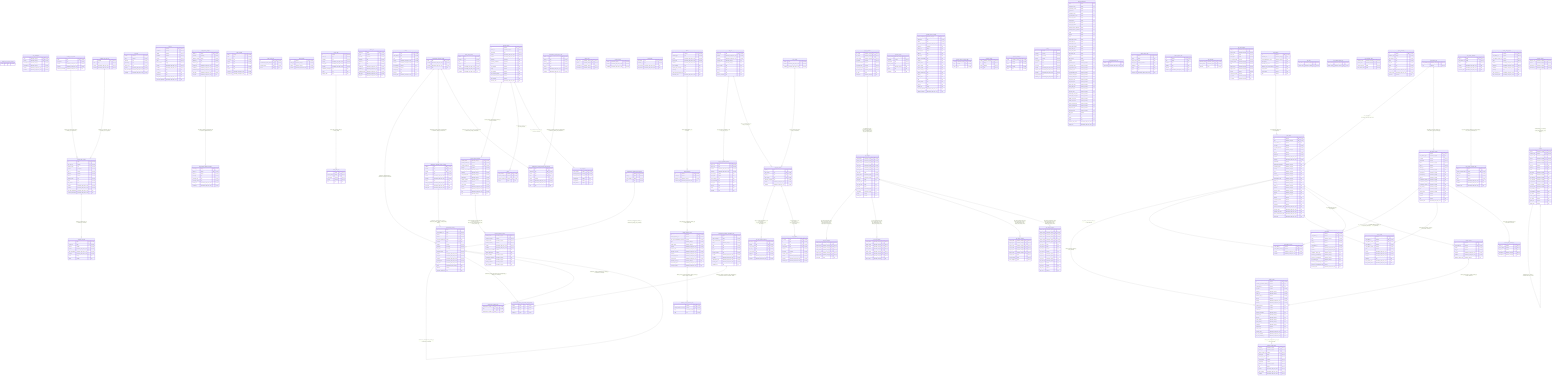
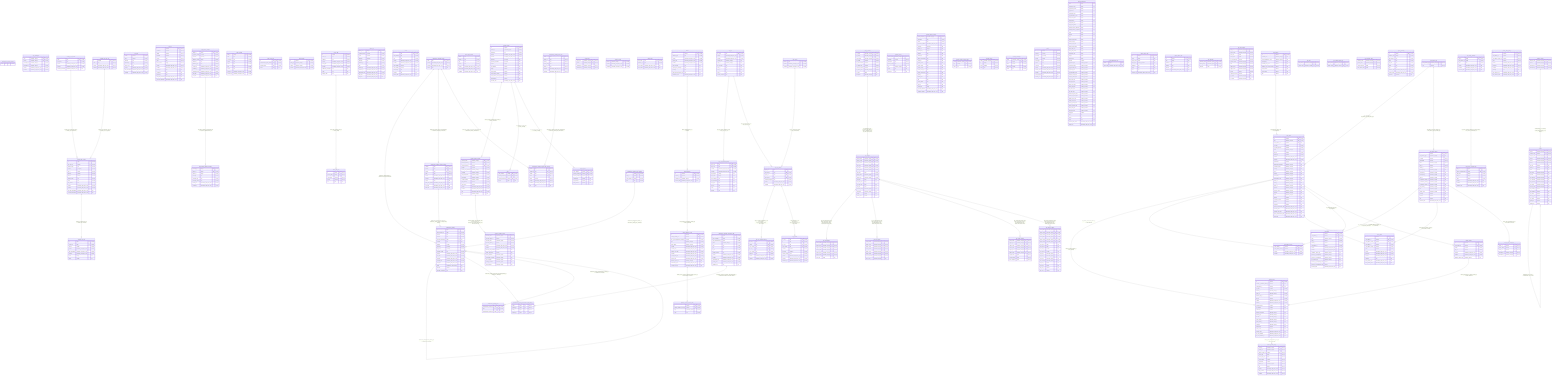
erDiagram

    allowed_tms_sensor_constant {
        name text PK "not null"
    }

    camera_preset {
        id numeric PK "not null"
        nearest_rd_weather_station_id numeric FK "null"
        road_station_id numeric FK "null"
        is_public boolean "not null"
        camera_id character_varying "not null"
        preset_id character_varying "not null"
        camera_lotju_id numeric "not null"
        lotju_id numeric "not null"
        created timestamp_with_time_zone "not null"
        modified timestamp_with_time_zone "not null"
        default_direction boolean "null"
        in_collection boolean "null"
        publishable boolean "null"
        camera_description character_varying "null"
        camera_type character_varying "null"
        direction character_varying "null"
        preset_name_1 character_varying "null"
        preset_name_2 character_varying "null"
        resolution character_varying "null"
        compression numeric "null"
        preset_order numeric "null"
        obsolete_date timestamp_with_time_zone "null"
        pic_last_modified timestamp_with_time_zone "null"
        pic_last_modified_db timestamp_with_time_zone "null"
    }

    camera_preset_history {
        preset_id character_varying PK "not null"
        version_id character_varying PK "not null"
        camera_preset_id numeric FK "not null"
        preset_seq bigint "not null"
        preset_seq_prev bigint "not null"
        preset_public boolean "not null"
        publishable boolean "not null"
        camera_id character_varying "not null"
        size integer "not null"
        created timestamp_with_time_zone "not null"
        last_modified timestamp_with_time_zone "not null"
        modified timestamp_with_time_zone "not null"
    }

    code_description {
        code character_varying PK "not null"
        domain character_varying PK "not null"
        description_en character_varying "not null"
        description_fi character_varying "not null"
        created timestamp_with_time_zone "not null"
        modified timestamp_with_time_zone "not null"
    }

    counting_site_counter {
        id bigint PK "not null"
        user_type_id smallint FK "not null"
        domain_name text FK "not null"
        location geography "not null"
        site_id integer "not null"
        direction smallint "not null"
        interval smallint "not null"
        domain_name text "not null"
        name text "not null"
        site_domain text "not null"
        created timestamp_with_time_zone "not null"
        modified timestamp_with_time_zone "not null"
        last_data_timestamp timestamp_with_time_zone "null"
        removed_timestamp timestamp_with_time_zone "null"
    }

    counting_site_data {
        id bigint PK "not null"
        counter_id bigint FK "not null"
        interval smallint "not null"
        created timestamp_with_time_zone "not null"
        data_timestamp timestamp_with_time_zone "not null"
        modified timestamp_with_time_zone "not null"
        count integer "null"
        status smallint "null"
    }

    counting_site_domain {
        name text PK "not null"
        description text "not null"
        created timestamp_with_time_zone "not null"
        modified timestamp_with_time_zone "not null"
        removed_timestamp timestamp_with_time_zone "null"
    }

    counting_site_user_type {
        id smallint PK "not null"
        name text "not null"
        created timestamp_with_time_zone "not null"
        modified timestamp_with_time_zone "not null"
    }

    cs2_data {
        counts numeric "not null"
        site_id numeric "not null"
        direction text "not null"
        granularity text "not null"
        travel_mode text "not null"
        created timestamp_with_time_zone "not null"
        data_timestamp timestamp_with_time_zone "not null"
        modified timestamp_with_time_zone "not null"
    }

    cs2_site {
        id numeric PK "not null"
        directional boolean "not null"
        latitude numeric "not null"
        longitude numeric "not null"
        domain text "not null"
        name text "not null"
        travel_modes text[] "not null"
        created timestamp_with_time_zone "not null"
        modified timestamp_with_time_zone "not null"
        custom_id text "null"
        description text "null"
        granularity text "null"
        last_data_timestamp timestamp_with_time_zone "null"
        removed_timestamp timestamp_with_time_zone "null"
    }

    data_datex2_situation {
        datex2_id integer PK "not null"
+         is_latest_version boolean "not null"
        geometry geometry "not null"
        situation_version integer "not null"
        situation_id text "not null"
        situation_type text "not null"
        created_at timestamp_with_time_zone "not null"
        modified_at timestamp_with_time_zone "not null"
        publication_time timestamp_with_time_zone "not null"
        start_time timestamp_with_time_zone "not null"
        end_time timestamp_with_time_zone "null"
    }

    data_datex2_situation_message {
        message_id integer PK "not null"
        datex2_id integer FK "not null"
        datex2_id integer "not null"
        message text "not null"
        message_type text "not null"
        message_version text "not null"
        created_at timestamp_with_time_zone "not null"
        modified_at timestamp_with_time_zone "not null"
    }

    data_incoming {
        data_id integer PK "not null"
        data text "not null"
        message_id text "not null"
        source text "not null"
        status text "not null"
        type text "not null"
        version text "not null"
        created_at timestamp_with_time_zone "not null"
        modified_at timestamp_with_time_zone "not null"
    }

    data_source_info {
        id text PK "not null"
        recommended_fetch_interval text "not null"
        update_interval text "not null"
        source text "null"
    }

    data_updated {
        id numeric PK "not null"
        data_type character_varying "not null"
        subtype character_varying "not null"
        updated timestamp_with_time_zone "not null"
    }

    datex2 {
        id numeric PK "not null"
        situation_type text "not null"
        created timestamp_with_time_zone "not null"
        import_date timestamp_with_time_zone "not null"
        modified timestamp_with_time_zone "not null"
        json_message json "null"
        original_json_message json "null"
        message text "null"
        traffic_announcement_type text "null"
        publication_time timestamp_with_time_zone "null"
    }

    datex2_rtti {
        datex2_id integer PK "not null"
+         is_latest_version boolean "not null"
        is_srti boolean "not null"
        geometry geometry "not null"
        message text "not null"
        situation_id text "not null"
        type text "not null"
        created_at timestamp_with_time_zone "not null"
        modified_at timestamp_with_time_zone "not null"
        publication_time timestamp_with_time_zone "not null"
        start_time timestamp_with_time_zone "not null"
        end_time timestamp_with_time_zone "null"
    }

    datex2_situation {
        id numeric PK "not null"
        datex2_id numeric FK "not null"
        situation_id character_varying "not null"
        version_time timestamp_with_time_zone "null"
    }

    datex2_situation_record {
        id numeric PK "not null"
        datex2_situation_id numeric FK "not null"
        life_cycle_management_canceled boolean "not null"
        type character_varying "not null"
        validy_status character_varying "not null"
        created timestamp_with_time_zone "not null"
        creation_time timestamp_with_time_zone "not null"
        effective_end_time timestamp_with_time_zone "not null"
        modified timestamp_with_time_zone "not null"
        overall_start_time timestamp_with_time_zone "not null"
        version_time timestamp_with_time_zone "not null"
        situation_record_id character_varying "null"
        observation_time timestamp_with_time_zone "null"
        overall_end_time timestamp_with_time_zone "null"
    }

    device {
        id text PK "not null"
        road_address text "not null"
        type text "not null"
        created timestamp_with_time_zone "not null"
        modified timestamp_with_time_zone "not null"
        etrs_tm35fin_x numeric "null"
        etrs_tm35fin_y numeric "null"
        carriageway text "null"
        direction text "null"
        deleted_date timestamp_with_time_zone "null"
    }

    device_data {
        id integer PK "not null"
        device_id text "not null"
        reliability text "not null"
        created timestamp_with_time_zone "not null"
        effect_date timestamp_with_time_zone "not null"
        modified timestamp_with_time_zone "not null"
        additional_information text "null"
        cause text "null"
        display_value text "null"
    }

    device_data_datex2 {
        datex2 text "not null"
        device_id text "not null"
        type text "not null"
        version text "not null"
        created timestamp_with_time_zone "not null"
        effect_date timestamp_with_time_zone "not null"
        modified timestamp_with_time_zone "null"
    }

    device_data_row {
        id integer PK "not null"
        device_data_id integer FK "not null"
        row_number numeric "not null"
        screen numeric "not null"
        text text "null"
    }

    forecast_condition_reason {
        forecast_name character_varying PK "not null"
        forecast_section_id numeric PK "not null"
        forecast_name character_varying FK "not null"
        forecast_section_id numeric FK "not null"
        created timestamp_with_time_zone "not null"
        modified timestamp_with_time_zone "not null"
        freezing_rain_condition boolean "null"
        winter_slipperiness boolean "null"
        friction_condition character_varying "null"
        precipitation_condition character_varying "null"
        road_condition character_varying "null"
        visibility_condition character_varying "null"
        wind_condition character_varying "null"
    }

    forecast_section {
        id numeric PK "not null"
        natural_id character_varying "not null"
        description text "not null"
        created timestamp_with_time_zone "not null"
        modified timestamp_with_time_zone "not null"
        geometry geometry "null"
        geometry_simplified geometry "null"
        version integer "null"
        end_distance numeric "null"
        length numeric "null"
        road_number numeric "null"
        road_section_number numeric "null"
        road_section_version_number numeric "null"
        start_distance numeric "null"
        obsolete_date timestamp_with_time_zone "null"
    }

    forecast_section_weather {
        forecast_name character_varying PK "not null"
        forecast_section_id numeric PK "not null"
        forecast_section_id numeric FK "not null"
        daylight boolean "not null"
        overall_road_condition character_varying "not null"
        reliability character_varying "not null"
        road_temperature character_varying "not null"
        temperature character_varying "not null"
        weather_symbol character_varying "not null"
        wind_direction numeric "not null"
        wind_speed numeric "not null"
        created timestamp_with_time_zone "not null"
        modified timestamp_with_time_zone "not null"
        time timestamp_with_time_zone "not null"
        type character_varying "null"
    }

    link_id {
        order_number integer PK "not null"
        forecast_section_id numeric PK "not null"
        forecast_section_id numeric FK "not null"
        link_id bigint "null"
    }

    location {
        version character_varying PK "not null"
        location_code numeric PK "not null"
        subtype_code character_varying FK "not null"
        version character_varying FK "not null"
        version character_varying FK "not null"
        version character_varying FK "not null"
        area_ref numeric FK "null"
        linear_ref numeric FK "null"
        urban boolean "null"
        first_name character_varying "null"
        geocode character_varying "null"
        neg_direction character_varying "null"
        pos_direction character_varying "null"
        road_junction character_varying "null"
        road_name character_varying "null"
        second_name character_varying "null"
        etrs_tm35fin_x numeric "null"
        etrs_tm35fin_y numeric "null"
        neg_offset numeric "null"
        order_of_point numeric "null"
        pos_offset numeric "null"
        wgs84_lat numeric "null"
        wgs84_long numeric "null"
    }

    location_subtype {
        subtype_code character_varying PK "not null"
        version character_varying PK "not null"
        description_en character_varying "not null"
        description_fi character_varying "not null"
    }

    location_type {
        type_code character_varying PK "not null"
        version character_varying PK "not null"
        description_en character_varying "not null"
        description_fi character_varying "not null"
    }

    location_version {
        version character_varying PK "not null"
        created timestamp_with_time_zone "not null"
        modified timestamp_with_time_zone "not null"
    }

    locking_table {
        lock_name text PK "not null"
        instance_id text "not null"
        lock_expires timestamp_with_time_zone "null"
        lock_locked timestamp_with_time_zone "null"
    }

    maintenance_tracking {
        id bigint PK "not null"
        work_machine_id bigint FK "not null"
        domain text FK "not null"
        domain text FK "not null"
        previous_tracking_id bigint FK "null"
        contract text FK "null"
        finished boolean "not null"
        geometry geometry "not null"
        last_point geometry "not null"
        sending_system text "not null"
        created timestamp_with_time_zone "not null"
        end_time timestamp_with_time_zone "not null"
        modified timestamp_with_time_zone "not null"
        sending_time timestamp_with_time_zone "not null"
        start_time timestamp_with_time_zone "not null"
        tasks maintenance_task_enum[] "null"
        direction numeric "null"
        message_original_id text "null"
    }

    maintenance_tracking_domain {
        name text PK "not null"
        created timestamp_with_time_zone "not null"
        modified timestamp_with_time_zone "not null"
        source text "null"
    }

    maintenance_tracking_domain_contract {
        contract text PK "not null"
        domain text PK "not null"
        domain text FK "not null"
        name text "not null"
        created timestamp_with_time_zone "not null"
        modified timestamp_with_time_zone "not null"
        source text "null"
        data_last_updated timestamp_with_time_zone "null"
        end_date timestamp_with_time_zone "null"
        start_date timestamp_with_time_zone "null"
    }

    maintenance_tracking_domain_task_mapping {
        domain text PK "not null"
        original_id text PK "not null"
        domain text FK "not null"
        name text FK "null"
        ignore boolean "not null"
        created timestamp_with_time_zone "not null"
        modified timestamp_with_time_zone "not null"
        info text "null"
    }

    maintenance_tracking_observation_data {
        id bigint PK "not null"
        harja_contract_id bigint "not null"
        harja_workmachine_id bigint "not null"
        status character_varying "not null"
        hash text "not null"
        json text "not null"
        s3_uri text "not null"
        sending_system text "not null"
        created timestamp_with_time_zone "not null"
        modified timestamp_with_time_zone "not null"
        observation_time timestamp_with_time_zone "not null"
        sending_time timestamp_with_time_zone "not null"
        handling_info text "null"
    }

    maintenance_tracking_observation_data_tracking {
        data_id bigint PK "not null"
        tracking_id bigint PK "not null"
        data_id bigint FK "not null"
        tracking_id bigint FK "not null"
    }

    maintenance_tracking_task {
        maintenance_tracking_id bigint PK "not null"
        task text PK "not null"
        maintenance_tracking_id bigint FK "not null"
    }

    maintenance_tracking_task_value {
        name text PK "not null"
        name_en text "not null"
        name_fi text "not null"
        name_harja text "not null"
        name_sv text "not null"
        created timestamp_with_time_zone "not null"
        modified timestamp_with_time_zone "not null"
    }

    maintenance_tracking_work_machine {
        id bigint PK "not null"
        harja_id bigint "not null"
        harja_urakka_id bigint "not null"
        type text "not null"
    }

    ocpi_cpo {
        dt_cpo_id text PK "not null"
        created timestamp_with_time_zone "not null"
        modified timestamp_with_time_zone "not null"
        country_code character_varying "null"
        party_id character_varying "null"
        dt_cpo_name text "null"
        token_a text "null"
        token_b text "null"
        token_c text "null"
        versions_endpoint text "null"
    }

    ocpi_cpo_business_details {
        dt_cpo_id text PK "not null"
        dt_cpo_id text FK "not null"
        created timestamp_with_time_zone "not null"
        modified timestamp_with_time_zone "not null"
        logo_height integer "null"
        logo_width integer "null"
        logo_category text "null"
        logo_thumbnail text "null"
        logo_type text "null"
        logo_url text "null"
        name text "null"
        website text "null"
    }

    ocpi_cpo_module_endpoint {
        dt_cpo_id text PK "not null"
        module text PK "not null"
        ocpi_version text PK "not null"
        dt_cpo_id text FK "not null"
        ocpi_version text FK "not null"
        endpoint text "not null"
        created timestamp_with_time_zone "not null"
        modified timestamp_with_time_zone "not null"
    }

    ocpi_cpo_version {
        dt_cpo_id text PK "not null"
        ocpi_version text PK "not null"
        dt_cpo_id text FK "not null"
        ocpi_version text FK "not null"
        endpoints_endpoint text "not null"
        created timestamp_with_time_zone "not null"
        modified timestamp_with_time_zone "not null"
    }

    ocpi_location {
        dt_cpo_id text PK "not null"
        id text PK "not null"
        dt_cpo_id text FK "not null"
        ocpi_version text FK "not null"
        removed boolean "not null"
        geometry geometry "not null"
        location_object jsonb "not null"
        created timestamp_with_time_zone "not null"
        modified timestamp_with_time_zone "not null"
        modified_cpo timestamp_with_time_zone "not null"
    }

    ocpi_version {
        version text PK "not null"
        created timestamp_with_time_zone "not null"
        modified timestamp_with_time_zone "not null"
    }

    open311_service {
        service_code character_varying PK "not null"
        metadata boolean "not null"
        description text "not null"
        service_name text "not null"
        type character_varying "null"
        group text "null"
        keywords text "null"
    }

    open311_service_request {
        service_request_id character_varying PK "not null"
        description text "not null"
        status text "not null"
        requested_datetime timestamp_with_time_zone "not null"
        geometry geometry "null"
        subject_id integer "null"
        subsubject_id integer "null"
        address text "null"
        address_id text "null"
        agency_responsible text "null"
        media_url text "null"
        service_code text "null"
        service_name text "null"
        service_notice text "null"
        service_object_id text "null"
        service_object_type text "null"
        status_id text "null"
        status_notes text "null"
        title text "null"
        vendor_status text "null"
        zipcode text "null"
        media_urls text[] "null"
        expected_datetime timestamp_with_time_zone "null"
        updated_datetime timestamp_with_time_zone "null"
    }

    open311_service_request_state {
        locale character_varying PK "not null"
        key smallint PK "not null"
        name text "not null"
    }

    open311_subject {
        locale character_varying PK "not null"
        id integer PK "not null"
        active smallint "not null"
        name text "not null"
    }

    open311_subsubject {
        locale character_varying PK "not null"
        id integer PK "not null"
        active smallint "not null"
        subject_id smallint "not null"
        name text "not null"
    }

    permit {
        id integer PK "not null"
        removed boolean "not null"
        geometry geometry "not null"
        version integer "not null"
        permit_type text "not null"
        source text "not null"
        source_id text "not null"
        created timestamp_with_time_zone "not null"
        effective_from timestamp_with_time_zone "not null"
        modified timestamp_with_time_zone "not null"
        permit_subject text "null"
        effective_to timestamp_with_time_zone "null"
    }

    pg_stat_statements {
        calls bigint "null"
        jit_deform_count bigint "null"
        jit_emission_count bigint "null"
        jit_functions bigint "null"
        jit_inlining_count bigint "null"
        jit_optimization_count bigint "null"
        local_blks_dirtied bigint "null"
        local_blks_hit bigint "null"
        local_blks_read bigint "null"
        local_blks_written bigint "null"
        parallel_workers_launched bigint "null"
        parallel_workers_to_launch bigint "null"
        plans bigint "null"
        queryid bigint "null"
        rows bigint "null"
        shared_blks_dirtied bigint "null"
        shared_blks_hit bigint "null"
        shared_blks_read bigint "null"
        shared_blks_written bigint "null"
        temp_blks_read bigint "null"
        temp_blks_written bigint "null"
        wal_buffers_full bigint "null"
        wal_fpi bigint "null"
        wal_records bigint "null"
        toplevel boolean "null"
        jit_deform_time double_precision "null"
        jit_emission_time double_precision "null"
        jit_generation_time double_precision "null"
        jit_inlining_time double_precision "null"
        jit_optimization_time double_precision "null"
        local_blk_read_time double_precision "null"
        local_blk_write_time double_precision "null"
        max_exec_time double_precision "null"
        max_plan_time double_precision "null"
        mean_exec_time double_precision "null"
        mean_plan_time double_precision "null"
        min_exec_time double_precision "null"
        min_plan_time double_precision "null"
        shared_blk_read_time double_precision "null"
        shared_blk_write_time double_precision "null"
        stddev_exec_time double_precision "null"
        stddev_plan_time double_precision "null"
        temp_blk_read_time double_precision "null"
        temp_blk_write_time double_precision "null"
        total_exec_time double_precision "null"
        total_plan_time double_precision "null"
        wal_bytes numeric "null"
        dbid oid "null"
        userid oid "null"
        query text "null"
        minmax_stats_since timestamp_with_time_zone "null"
        stats_since timestamp_with_time_zone "null"
    }

    pg_stat_statements_info {
        dealloc bigint "null"
        stats_reset timestamp_with_time_zone "null"
    }

    pghero_query_stats {
        id integer PK "not null"
        calls bigint "null"
        query_hash bigint "null"
        total_time double_precision "null"
        database text "null"
        query text "null"
        user text "null"
        captured_at timestamp_without_time_zone "null"
    }

    pghero_space_stats {
        id integer PK "not null"
        size bigint "null"
        database text "null"
        relation text "null"
        schema text "null"
        captured_at timestamp_without_time_zone "null"
    }

    qrtz_blob_triggers {
        sched_name character_varying PK "not null"
        trigger_group character_varying PK "not null"
        trigger_name character_varying PK "not null"
        sched_name character_varying FK "not null"
        trigger_group character_varying FK "not null"
        trigger_name character_varying FK "not null"
        blob_data bytea "null"
    }

    qrtz_calendars {
        calendar_name character_varying PK "not null"
        sched_name character_varying PK "not null"
        calendar bytea "not null"
    }

    qrtz_cron_triggers {
        sched_name character_varying PK "not null"
        trigger_group character_varying PK "not null"
        trigger_name character_varying PK "not null"
        sched_name character_varying FK "not null"
        trigger_group character_varying FK "not null"
        trigger_name character_varying FK "not null"
        cron_expression character_varying "not null"
        time_zone_id character_varying "null"
    }

    qrtz_fired_triggers {
        entry_id character_varying PK "not null"
        sched_name character_varying PK "not null"
        fired_time bigint "not null"
        sched_time bigint "not null"
        is_nonconcurrent boolean "not null"
        instance_name character_varying "not null"
        state character_varying "not null"
        trigger_group character_varying "not null"
        trigger_name character_varying "not null"
        priority integer "not null"
        requests_recovery boolean "null"
        job_group character_varying "null"
        job_name character_varying "null"
    }

    qrtz_job_details {
        job_group character_varying PK "not null"
        job_name character_varying PK "not null"
        sched_name character_varying PK "not null"
        is_durable boolean "not null"
        is_nonconcurrent boolean "not null"
        is_update_data boolean "not null"
        requests_recovery boolean "not null"
        job_class_name character_varying "not null"
        job_data bytea "null"
        description character_varying "null"
    }

    qrtz_locks {
        lock_name character_varying PK "not null"
        sched_name character_varying PK "not null"
    }

    qrtz_paused_trigger_grps {
        sched_name character_varying PK "not null"
        trigger_group character_varying PK "not null"
    }

    qrtz_scheduler_state {
        instance_name character_varying PK "not null"
        sched_name character_varying PK "not null"
        checkin_interval bigint "not null"
        last_checkin_time bigint "not null"
    }

    qrtz_simple_triggers {
        sched_name character_varying PK "not null"
        trigger_group character_varying PK "not null"
        trigger_name character_varying PK "not null"
        sched_name character_varying FK "not null"
        trigger_group character_varying FK "not null"
        trigger_name character_varying FK "not null"
        repeat_count bigint "not null"
        repeat_interval bigint "not null"
        times_triggered bigint "not null"
    }

    qrtz_simprop_triggers {
        sched_name character_varying PK "not null"
        trigger_group character_varying PK "not null"
        trigger_name character_varying PK "not null"
        sched_name character_varying FK "not null"
        trigger_group character_varying FK "not null"
        trigger_name character_varying FK "not null"
        long_prop_1 bigint "null"
        long_prop_2 bigint "null"
        bool_prop_1 boolean "null"
        bool_prop_2 boolean "null"
        str_prop_1 character_varying "null"
        str_prop_2 character_varying "null"
        str_prop_3 character_varying "null"
        time_zone_id character_varying "null"
        int_prop_1 integer "null"
        int_prop_2 integer "null"
        dec_prop_1 numeric "null"
        dec_prop_2 numeric "null"
    }

    qrtz_triggers {
        sched_name character_varying PK "not null"
        trigger_group character_varying PK "not null"
        trigger_name character_varying PK "not null"
        job_group character_varying FK "not null"
        job_name character_varying FK "not null"
        sched_name character_varying FK "not null"
        start_time bigint "not null"
        trigger_state character_varying "not null"
        trigger_type character_varying "not null"
        end_time bigint "null"
        next_fire_time bigint "null"
        prev_fire_time bigint "null"
        job_data bytea "null"
        calendar_name character_varying "null"
        description character_varying "null"
        priority integer "null"
        misfire_instr smallint "null"
    }

    region_geometry {
        id integer PK "not null"
        location_code integer "not null"
        git_commit_id text "not null"
        git_id text "not null"
        git_path text "not null"
        name text "not null"
        type text "not null"
        effective_date timestamp_with_time_zone "not null"
        version_date timestamp_with_time_zone "not null"
        geometry geometry "null"
    }

    road_address {
        id numeric PK "not null"
        contract_area character_varying "null"
        road_maintenance_class character_varying "null"
        carriageway numeric "null"
        contract_area_code numeric "null"
        distance_from_road_section_st numeric "null"
        road_number numeric "null"
        road_section numeric "null"
        side numeric "null"
    }

    road_segment {
        order_number integer PK "not null"
        forecast_section_id numeric PK "not null"
        forecast_section_id numeric FK "not null"
        carriageway integer "null"
        end_distance integer "null"
        start_distance integer "null"
    }

    road_station {
        id numeric PK "not null"
        type character_varying FK "not null"
        road_address_id numeric FK "null"
        is_public boolean "not null"
        is_public_previous boolean "not null"
        name character_varying "not null"
        lotju_id numeric "not null"
        natural_id numeric "not null"
        created timestamp_with_time_zone "not null"
        modified timestamp_with_time_zone "not null"
        publishable boolean "null"
        additional_information character_varying "null"
        collection_status character_varying "null"
        country character_varying "null"
        livi_id character_varying "null"
        location character_varying "null"
        municipality character_varying "null"
        municipality_code character_varying "null"
        name_en character_varying "null"
        name_fi character_varying "null"
        name_sv character_varying "null"
        province character_varying "null"
        province_code character_varying "null"
        purpose character_varying "null"
        state character_varying "null"
        altitude numeric "null"
        collection_interval numeric "null"
        latitude numeric "null"
        longitude numeric "null"
        annual_maintenance_date timestamp_with_time_zone "null"
        obsolete_date timestamp_with_time_zone "null"
        publicity_start_time timestamp_with_time_zone "null"
        repair_maintenance_date timestamp_with_time_zone "null"
        start_date timestamp_with_time_zone "null"
    }

    road_station_sensor {
        id numeric PK "not null"
        road_station_type character_varying FK "null"
        is_public boolean "not null"
        publishable boolean "not null"
        name character_varying "not null"
        lotju_id numeric "not null"
        natural_id numeric "not null"
        description_en character_varying "null"
        description_fi character_varying "null"
        description_sv character_varying "null"
        name_fi character_varying "null"
        presentation_name_en character_varying "null"
        presentation_name_fi character_varying "null"
        presentation_name_sv character_varying "null"
        short_name_fi character_varying "null"
        unit character_varying "null"
        vehicle_class character_varying "null"
        accuracy numeric "null"
        direction numeric "null"
        lane numeric "null"
        obsolete_date timestamp_with_time_zone "null"
    }

    road_station_sensors {
        road_station_id numeric FK "not null"
        road_station_sensor_id numeric FK "not null"
        created timestamp_with_time_zone "not null"
        modified timestamp_with_time_zone "not null"
    }

    road_station_type {
        road_station_type character_varying PK "not null"
        type numeric "not null"
    }

    sensor_value {
        id numeric PK "not null"
        road_station_id numeric FK "not null"
        road_station_sensor_id numeric FK "not null"
        road_station_id numeric "not null"
        road_station_sensor_id numeric "not null"
        value numeric "not null"
        created timestamp_with_time_zone "not null"
        measured timestamp_with_time_zone "not null"
        modified timestamp_with_time_zone "not null"
        reliability text "null"
        time_window_end timestamp_with_time_zone "null"
        time_window_start timestamp_with_time_zone "null"
    }

    sensor_value_description {
        sensor_id numeric PK "not null"
        sensor_value numeric PK "not null"
        sensor_id numeric FK "not null"
        description_en character_varying "not null"
        description_fi character_varying "not null"
    }

    sensor_value_history {
        id numeric PK "not null"
        road_station_id numeric "not null"
        road_station_sensor_id numeric "not null"
        value numeric "not null"
        created timestamp_with_time_zone "not null"
        measured timestamp_with_time_zone "not null"
        modified timestamp_with_time_zone "not null"
        reliability text "null"
        time_window_end timestamp_with_time_zone "null"
        time_window_start timestamp_with_time_zone "null"
    }

    situation_record_comment_i18n {
        id numeric PK "not null"
        datex2_situation_record_id numeric FK "not null"
        lang character_varying "not null"
        value text "not null"
    }

    tms_sensor_constant {
        lotju_id bigint PK "not null"
        road_station_id bigint "not null"
        name text "not null"
        created timestamp_with_time_zone "null"
        modified timestamp_with_time_zone "null"
        obsolete_date timestamp_with_time_zone "null"
    }

    tms_sensor_constant_value {
        lotju_id bigint PK "not null"
        sensor_constant_lotju_id bigint FK "not null"
        valid_from integer "not null"
        valid_to integer "not null"
        value integer "not null"
        created timestamp_with_time_zone "null"
        modified timestamp_with_time_zone "null"
        obsolete_date timestamp_with_time_zone "null"
    }

    tms_station {
        id numeric PK "not null"
        road_station_id numeric FK "not null"
        name character_varying "not null"
        lotju_id numeric "not null"
        natural_id numeric "not null"
        road_station_id numeric "not null"
        created timestamp_with_time_zone "not null"
        modified timestamp_with_time_zone "not null"
        calculator_device_type character_varying "null"
        direction_1_municipality character_varying "null"
        direction_2_municipality character_varying "null"
        tms_station_type character_varying "null"
        direction_1_municipality_code numeric "null"
        direction_2_municipality_code numeric "null"
        obsolete_date timestamp_with_time_zone "null"
    }

    weather_station {
        id numeric PK "not null"
        road_station_id numeric FK "not null"
        master boolean "not null"
        lotju_id numeric "not null"
        created timestamp_with_time_zone "not null"
        modified timestamp_with_time_zone "not null"
        weather_station_type character_varying "null"
    }

    camera_preset ||--o{ camera_preset_history : "camera_preset_history(camera_preset_id) -> camera_preset(id)"
    counting_site_counter ||--o{ counting_site_data : "counting_site_data(counter_id) -> counting_site_counter(id)"
    counting_site_domain ||--o{ counting_site_counter : "counting_site_counter(domain_name) -> counting_site_domain(name)"
    counting_site_user_type ||--o{ counting_site_counter : "counting_site_counter(user_type_id) -> counting_site_user_type(id)"
    data_datex2_situation ||--o{ data_datex2_situation_message : "data_datex2_situation_message(datex2_id) -> data_datex2_situation(datex2_id)"
    datex2 ||--o{ datex2_situation : "datex2_situation(datex2_id) -> datex2(id)"
    datex2_situation ||--o{ datex2_situation_record : "datex2_situation_record(datex2_situation_id) -> datex2_situation(id)"
    datex2_situation_record ||--o{ situation_record_comment_i18n : "situation_record_comment_i18n(datex2_situation_record_id) -> datex2_situation_record(id)"
    device_data ||--o{ device_data_row : "device_data_row(device_data_id) -> device_data(id)"
    forecast_section ||--o{ forecast_section_weather : "forecast_section_weather(forecast_section_id) -> forecast_section(id)"
    forecast_section ||--o{ link_id : "link_id(forecast_section_id) -> forecast_section(id)"
    forecast_section ||--o{ road_segment : "road_segment(forecast_section_id) -> forecast_section(id)"
    forecast_section_weather ||--o{ forecast_condition_reason : "forecast_condition_reason(forecast_name, forecast_section_id) -> forecast_section_weather(forecast_name, forecast_section_id)"
    location ||--o{ location : "location(area_ref, version) -> location(location_code, version)"
    location ||--o{ location : "location(linear_ref, version) -> location(location_code, version)"
    location_subtype ||--o{ location : "location(subtype_code, version) -> location_subtype(subtype_code, version)"
    maintenance_tracking ||--o{ maintenance_tracking : "maintenance_tracking(previous_tracking_id) -> maintenance_tracking(id)"
    maintenance_tracking ||--o{ maintenance_tracking_observation_data_tracking : "maintenance_tracking_observation_data_tracking(tracking_id) -> maintenance_tracking(id)"
    maintenance_tracking ||--o{ maintenance_tracking_task : "maintenance_tracking_task(maintenance_tracking_id) -> maintenance_tracking(id)"
    maintenance_tracking_domain ||--o{ maintenance_tracking : "maintenance_tracking(domain) -> maintenance_tracking_domain(name)"
    maintenance_tracking_domain ||--o{ maintenance_tracking_domain_contract : "maintenance_tracking_domain_contract(domain) -> maintenance_tracking_domain(name)"
    maintenance_tracking_domain ||--o{ maintenance_tracking_domain_task_mapping : "maintenance_tracking_domain_task_mapping(domain) -> maintenance_tracking_domain(name)"
    maintenance_tracking_domain_contract ||--o{ maintenance_tracking : "maintenance_tracking(contract, domain) -> maintenance_tracking_domain_contract(contract, domain)"
    maintenance_tracking_observation_data ||--o{ maintenance_tracking_observation_data_tracking : "maintenance_tracking_observation_data_tracking(data_id) -> maintenance_tracking_observation_data(id)"
    maintenance_tracking_task_value ||--o{ maintenance_tracking_domain_task_mapping : "maintenance_tracking_domain_task_mapping(name) -> maintenance_tracking_task_value(name)"
    maintenance_tracking_work_machine ||--o{ maintenance_tracking : "maintenance_tracking(work_machine_id) -> maintenance_tracking_work_machine(id)"
    ocpi_cpo ||--o{ ocpi_cpo_business_details : "ocpi_cpo_business_details(dt_cpo_id) -> ocpi_cpo(dt_cpo_id)"
    ocpi_cpo ||--o{ ocpi_cpo_version : "ocpi_cpo_version(dt_cpo_id) -> ocpi_cpo(dt_cpo_id)"
    ocpi_cpo_version ||--o{ ocpi_cpo_module_endpoint : "ocpi_cpo_module_endpoint(dt_cpo_id, ocpi_version) -> ocpi_cpo_version(dt_cpo_id, ocpi_version)"
    ocpi_cpo_version ||--o{ ocpi_location : "ocpi_location(dt_cpo_id, ocpi_version) -> ocpi_cpo_version(dt_cpo_id, ocpi_version)"
    ocpi_version ||--o{ ocpi_cpo_version : "ocpi_cpo_version(ocpi_version) -> ocpi_version(version)"
    qrtz_job_details ||--o{ qrtz_triggers : "qrtz_triggers(job_group, job_name, sched_name) -> qrtz_job_details(job_group, job_name, sched_name)"
    qrtz_triggers ||--o{ qrtz_blob_triggers : "qrtz_blob_triggers(sched_name, trigger_group, trigger_name) -> qrtz_triggers(sched_name, trigger_group, trigger_name)"
    qrtz_triggers ||--o{ qrtz_cron_triggers : "qrtz_cron_triggers(sched_name, trigger_group, trigger_name) -> qrtz_triggers(sched_name, trigger_group, trigger_name)"
    qrtz_triggers ||--o{ qrtz_simple_triggers : "qrtz_simple_triggers(sched_name, trigger_group, trigger_name) -> qrtz_triggers(sched_name, trigger_group, trigger_name)"
    qrtz_triggers ||--o{ qrtz_simprop_triggers : "qrtz_simprop_triggers(sched_name, trigger_group, trigger_name) -> qrtz_triggers(sched_name, trigger_group, trigger_name)"
    road_address ||--o{ road_station : "road_station(road_address_id) -> road_address(id)"
    road_station ||--o{ camera_preset : "camera_preset(road_station_id) -> road_station(id)"
    road_station ||--o{ road_station_sensors : "road_station_sensors(road_station_id) -> road_station(id)"
    road_station ||--o{ sensor_value : "sensor_value(road_station_id) -> road_station(id)"
    road_station ||--o{ tms_station : "tms_station(road_station_id) -> road_station(id)"
    road_station ||--o{ weather_station : "weather_station(road_station_id) -> road_station(id)"
    road_station_sensor ||--o{ road_station_sensors : "road_station_sensors(road_station_sensor_id) -> road_station_sensor(id)"
    road_station_sensor ||--o{ sensor_value : "sensor_value(road_station_sensor_id) -> road_station_sensor(id)"
    road_station_sensor ||--o{ sensor_value_description : "sensor_value_description(sensor_id) -> road_station_sensor(id)"
    road_station_type ||--o{ road_station : "road_station(type) -> road_station_type(road_station_type)"
    road_station_type ||--o{ road_station_sensor : "road_station_sensor(road_station_type) -> road_station_type(road_station_type)"
    tms_sensor_constant ||--o{ tms_sensor_constant_value : "tms_sensor_constant_value(sensor_constant_lotju_id) -> tms_sensor_constant(lotju_id)"
    weather_station ||--o{ camera_preset : "camera_preset(nearest_rd_weather_station_id) -> weather_station(id)"
